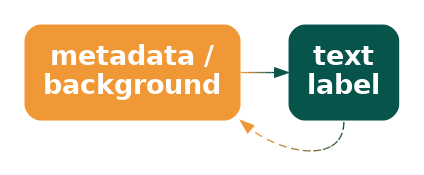
pmur002/hdvw keeps this Graphviz diagram as Diagrams/meta-label.png. Above is the earlier version. Its source is kept beside it as Diagrams/meta-label.dot.
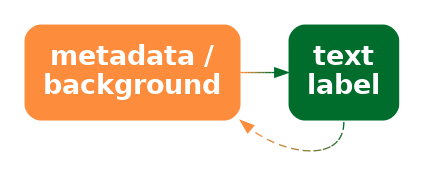
Above is the later version.

The edit, as a diff of the source:
```diff
@@ -1,9 +1,9 @@
 digraph {
   graph [ rankdir=LR; margin=.2; nodesep=.5 ];
   node [ fontsize=20; fontname="sans bold"; margin=.2 ];
-  meta [ label="metadata /\nbackground"; shape=box; style="filled, rounded"; penwidth=0; fontcolor=white; fillcolor="#F09736" ]
+  meta [ label="metadata /\nbackground"; shape=box; style="filled, rounded"; penwidth=0; fontcolor=white; fillcolor="#FD8D3C" ]
   label [ label="text\nlabel"; shape=box;
-       style="filled, rounded"; penwidth=0; fontcolor=white; fillcolor="#07544A" ]
-  meta -> label [ color="#F09736;0.1:#D69038;0.1:#BC883A;0.1:#A2813D;0.1:#88793F;0.1:#6F7241;0.1:#556A43;0.1:#3B6346;0.1:#215B48;0.1:#07544A;0.1" ]
-  label:s -> meta:se [ style="dashed", color="#07544A;0.1:#215B48;0.1:#3B6346;0.1:#556A43;0.1:#6F7241;0.1:#88793F;0.1:#A2813D;0.1:#BC883A;0.1:#D69038;0.1:#F09736;0.1" ]
+       style="filled, rounded"; penwidth=0; fontcolor=white; fillcolor="#006D2C" ]
+  meta -> label [ color="#FD8D3C;0.1:#E1893A;0.1:#C58638;0.1:#A98237;0.1:#8D7F35;0.1:#707B33;0.1:#547831;0.1:#387430;0.1:#1C712E;0.1:#006D2C;0.1" ]
+  label:s -> meta:se [ style="dashed", color="#006D2C;0.1:#1C712E;0.1:#387430;0.1:#547831;0.1:#707B33;0.1:#8D7F35;0.1:#A98237;0.1:#C58638;0.1:#E1893A;0.1:#FD8D3C;0.1" ]
 }
```
